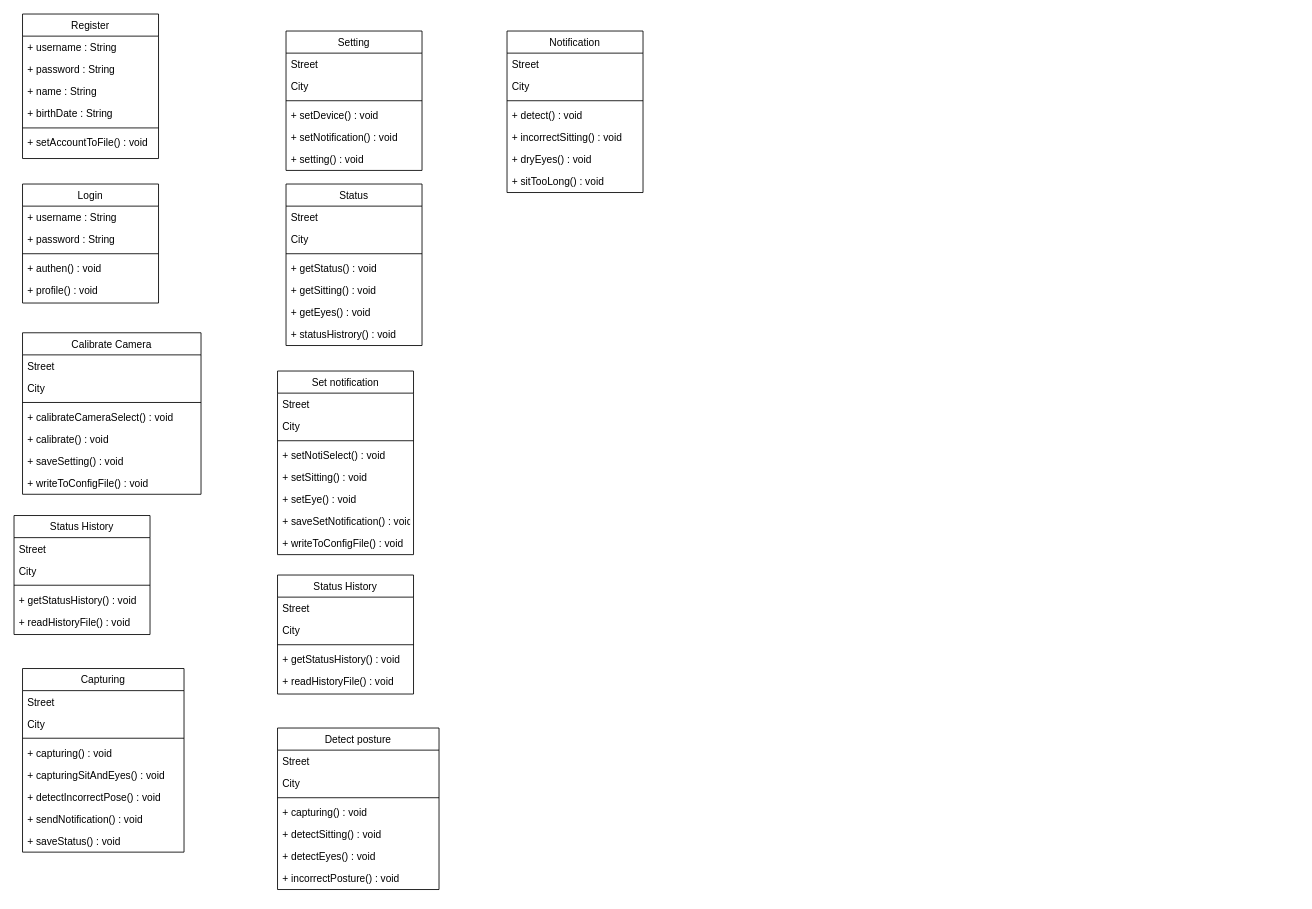
Above: Design/Class_Diagram.drawio in astrrr/Right-posture (draw.io), before the change. Source tidied: cells renumbered, new cells numbered last; positions are measured from the earlier drawing's top-left corner, leaving out a move shared by most shapes. Both pictures are drawn from the tidied source at 85%, with x=0, y=0 at pixel (14, 14).
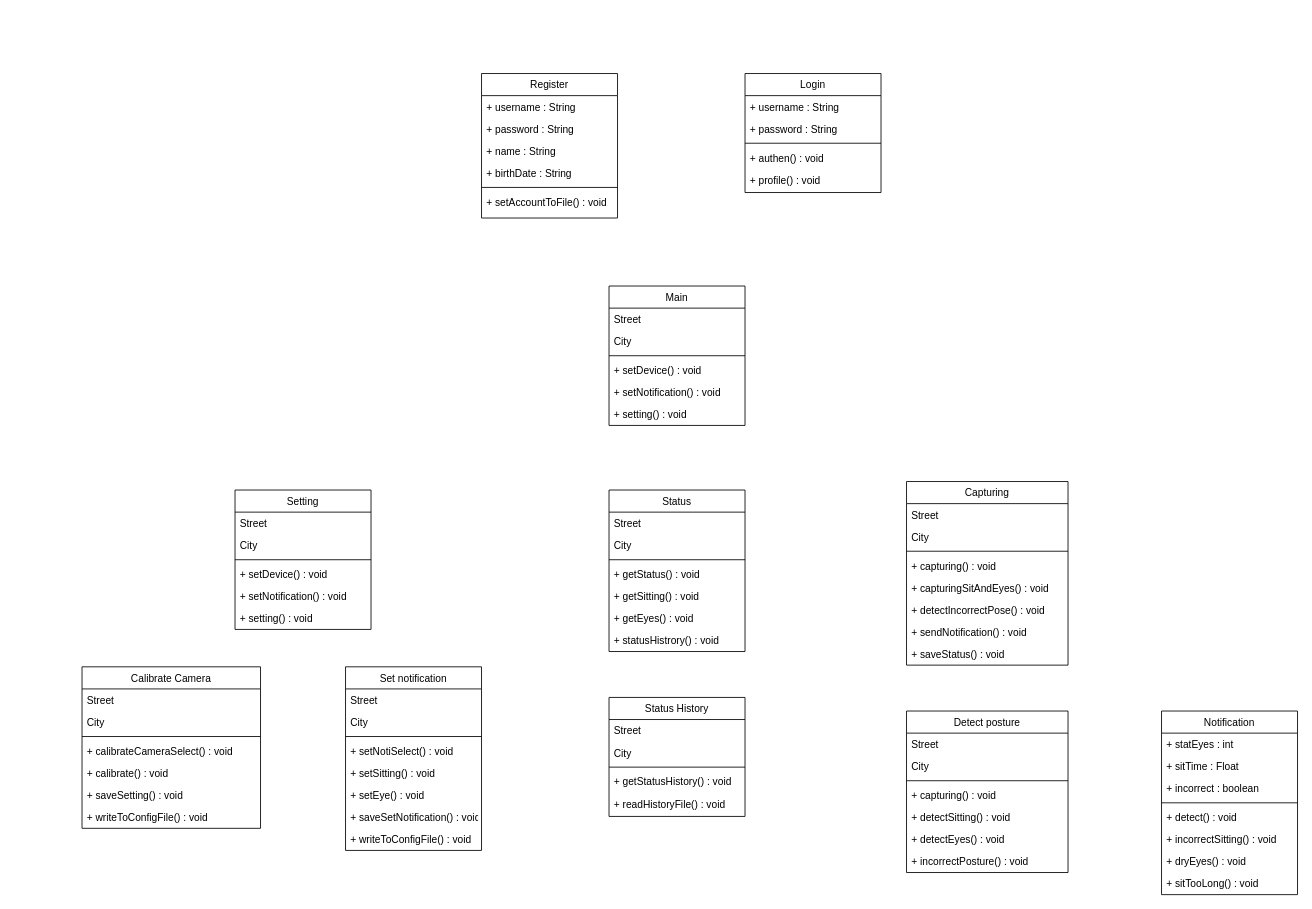
After the change.

Diff of the diagram source:
```diff
@@
     <mxCell id="2" value="Register" style="swimlane;fontStyle=0;align=center;verticalAlign=top;horizontal=1;startSize=26;rounded=0;shadow=0;strokeWidth=1;" parent="1" vertex="1">
-      <mxGeometry x="10" width="160" height="170" as="geometry" />
+      <mxGeometry x="550" y="70" width="160" height="170" as="geometry" />
     </mxCell>
@@
     <mxCell id="9" value="Login" style="swimlane;fontStyle=0;align=center;verticalAlign=top;horizontal=1;startSize=26;rounded=0;shadow=0;strokeWidth=1;" parent="1" vertex="1">
-      <mxGeometry x="10" y="200" width="160" height="140" as="geometry" />
+      <mxGeometry x="860" y="70" width="160" height="140" as="geometry" />
     </mxCell>
@@
     <mxCell id="15" value="Setting" style="swimlane;fontStyle=0;align=center;verticalAlign=top;horizontal=1;startSize=26;rounded=0;shadow=0;strokeWidth=1;" parent="1" vertex="1">
-      <mxGeometry x="320" y="20" width="160" height="164" as="geometry" />
+      <mxGeometry x="260" y="560" width="160" height="164" as="geometry" />
     </mxCell>
@@
     <mxCell id="22" value="Status" style="swimlane;fontStyle=0;align=center;verticalAlign=top;horizontal=1;startSize=26;rounded=0;shadow=0;strokeWidth=1;" parent="1" vertex="1">
-      <mxGeometry x="320" y="200" width="160" height="190" as="geometry" />
+      <mxGeometry x="700" y="560" width="160" height="190" as="geometry" />
     </mxCell>
@@
     <mxCell id="30" value="Calibrate Camera" style="swimlane;fontStyle=0;align=center;verticalAlign=top;horizontal=1;startSize=26;rounded=0;shadow=0;strokeWidth=1;" parent="1" vertex="1">
-      <mxGeometry x="10" y="375" width="210" height="190" as="geometry" />
+      <mxGeometry x="80" y="768" width="210" height="190" as="geometry" />
     </mxCell>
@@
     <mxCell id="38" value="Set notification" style="swimlane;fontStyle=0;align=center;verticalAlign=top;horizontal=1;startSize=26;rounded=0;shadow=0;strokeWidth=1;" parent="1" vertex="1">
-      <mxGeometry x="310" y="420" width="160" height="216" as="geometry" />
+      <mxGeometry x="390" y="768" width="160" height="216" as="geometry" />
     </mxCell>
@@
     <mxCell id="47" value="Status History" style="swimlane;fontStyle=0;align=center;verticalAlign=top;horizontal=1;startSize=26;rounded=0;shadow=0;strokeWidth=1;" parent="1" vertex="1">
-      <mxGeometry y="590" width="160" height="140" as="geometry" />
+      <mxGeometry x="700" y="804" width="160" height="140" as="geometry" />
     </mxCell>
@@
-    <mxCell id="53" value="Status History" style="swimlane;fontStyle=0;align=center;verticalAlign=top;horizontal=1;startSize=26;rounded=0;shadow=0;strokeWidth=1;" parent="1" vertex="1">
-      <mxGeometry x="310" y="660" width="160" height="140" as="geometry" />
-    </mxCell>
-    <mxCell id="54" value="Street" style="text;align=left;verticalAlign=top;spacingLeft=4;spacingRight=4;overflow=hidden;" parent="53" vertex="1">
-      <mxGeometry y="26" width="160" height="26" as="geometry" />
-    </mxCell>
-    <mxCell id="55" value="City" style="text;align=left;verticalAlign=top;spacingLeft=4;spacingRight=4;overflow=hidden;rounded=0;shadow=0;html=0;" parent="53" vertex="1">
-      <mxGeometry y="52" width="160" height="26" as="geometry" />
-    </mxCell>
-    <mxCell id="56" style="line;html=1;strokeWidth=1;align=left;verticalAlign=middle;spacingTop=-1;spacingLeft=3;spacingRight=3;labelPosition=right;" parent="53" vertex="1">
-      <mxGeometry y="78" width="160" height="8" as="geometry" />
-    </mxCell>
-    <mxCell id="57" value="+ getStatusHistory() : void" style="text;align=left;verticalAlign=top;spacingLeft=4;spacingRight=4;overflow=hidden;" parent="53" vertex="1">
-      <mxGeometry y="86" width="160" height="26" as="geometry" />
-    </mxCell>
-    <mxCell id="58" value="+ readHistoryFile() : void" style="text;align=left;verticalAlign=top;spacingLeft=4;spacingRight=4;overflow=hidden;" parent="53" vertex="1">
-      <mxGeometry y="112" width="160" height="26" as="geometry" />
-    </mxCell>
     <mxCell id="59" value="Capturing" style="swimlane;fontStyle=0;align=center;verticalAlign=top;horizontal=1;startSize=26;rounded=0;shadow=0;strokeWidth=1;" parent="1" vertex="1">
-      <mxGeometry x="10" y="770" width="190" height="216" as="geometry" />
+      <mxGeometry x="1050" y="550" width="190" height="216" as="geometry" />
     </mxCell>
@@
     <mxCell id="68" value="Detect posture" style="swimlane;fontStyle=0;align=center;verticalAlign=top;horizontal=1;startSize=26;rounded=0;shadow=0;strokeWidth=1;" parent="1" vertex="1">
-      <mxGeometry x="310" y="840" width="190" height="190" as="geometry" />
+      <mxGeometry x="1050" y="820" width="190" height="190" as="geometry" />
     </mxCell>
@@
     <mxCell id="76" value="Notification" style="swimlane;fontStyle=0;align=center;verticalAlign=top;horizontal=1;startSize=26;rounded=0;shadow=0;strokeWidth=1;" parent="1" vertex="1">
-      <mxGeometry x="580" y="20" width="160" height="190" as="geometry" />
+      <mxGeometry x="1350" y="820" width="160" height="216" as="geometry" />
     </mxCell>
-    <mxCell id="77" value="Street" style="text;align=left;verticalAlign=top;spacingLeft=4;spacingRight=4;overflow=hidden;" parent="76" vertex="1">
+    <mxCell id="77" value="+ statEyes : int" style="text;align=left;verticalAlign=top;spacingLeft=4;spacingRight=4;overflow=hidden;" parent="76" vertex="1">
       <mxGeometry y="26" width="160" height="26" as="geometry" />
     </mxCell>
-    <mxCell id="78" value="City" style="text;align=left;verticalAlign=top;spacingLeft=4;spacingRight=4;overflow=hidden;rounded=0;shadow=0;html=0;" parent="76" vertex="1">
+    <mxCell id="78" value="+ sitTime : Float" style="text;align=left;verticalAlign=top;spacingLeft=4;spacingRight=4;overflow=hidden;rounded=0;shadow=0;html=0;" parent="76" vertex="1">
       <mxGeometry y="52" width="160" height="26" as="geometry" />
     </mxCell>
+    <mxCell id="84" value="+ incorrect : boolean" style="text;align=left;verticalAlign=top;spacingLeft=4;spacingRight=4;overflow=hidden;rounded=0;shadow=0;html=0;" parent="76" vertex="1">
+      <mxGeometry y="78" width="160" height="26" as="geometry" />
+    </mxCell>
     <mxCell id="79" style="line;html=1;strokeWidth=1;align=left;verticalAlign=middle;spacingTop=-1;spacingLeft=3;spacingRight=3;labelPosition=right;" parent="76" vertex="1">
-      <mxGeometry y="78" width="160" height="8" as="geometry" />
+      <mxGeometry y="104" width="160" height="8" as="geometry" />
     </mxCell>
     <mxCell id="80" value="+ detect() : void" style="text;align=left;verticalAlign=top;spacingLeft=4;spacingRight=4;overflow=hidden;" parent="76" vertex="1">
-      <mxGeometry y="86" width="160" height="26" as="geometry" />
+      <mxGeometry y="112" width="160" height="26" as="geometry" />
     </mxCell>
     <mxCell id="81" value="+ incorrectSitting() : void" style="text;align=left;verticalAlign=top;spacingLeft=4;spacingRight=4;overflow=hidden;" parent="76" vertex="1">
-      <mxGeometry y="112" width="160" height="26" as="geometry" />
+      <mxGeometry y="138" width="160" height="26" as="geometry" />
     </mxCell>
     <mxCell id="82" value="+ dryEyes() : void" style="text;align=left;verticalAlign=top;spacingLeft=4;spacingRight=4;overflow=hidden;" parent="76" vertex="1">
-      <mxGeometry y="138" width="160" height="26" as="geometry" />
+      <mxGeometry y="164" width="160" height="26" as="geometry" />
     </mxCell>
     <mxCell id="83" value="+ sitTooLong() : void" style="text;align=left;verticalAlign=top;spacingLeft=4;spacingRight=4;overflow=hidden;" parent="76" vertex="1">
-      <mxGeometry y="164" width="160" height="26" as="geometry" />
+      <mxGeometry y="190" width="160" height="26" as="geometry" />
     </mxCell>
+    <mxCell id="85" value="Main" style="swimlane;fontStyle=0;align=center;verticalAlign=top;horizontal=1;startSize=26;rounded=0;shadow=0;strokeWidth=1;" parent="1" vertex="1">
+      <mxGeometry x="700" y="320" width="160" height="164" as="geometry" />
+    </mxCell>
+    <mxCell id="54" value="Street" style="text;align=left;verticalAlign=top;spacingLeft=4;spacingRight=4;overflow=hidden;" parent="85" vertex="1">
+      <mxGeometry y="26" width="160" height="26" as="geometry" />
+    </mxCell>
+    <mxCell id="55" value="City" style="text;align=left;verticalAlign=top;spacingLeft=4;spacingRight=4;overflow=hidden;rounded=0;shadow=0;html=0;" parent="85" vertex="1">
+      <mxGeometry y="52" width="160" height="26" as="geometry" />
+    </mxCell>
+    <mxCell id="56" style="line;html=1;strokeWidth=1;align=left;verticalAlign=middle;spacingTop=-1;spacingLeft=3;spacingRight=3;labelPosition=right;" parent="85" vertex="1">
+      <mxGeometry y="78" width="160" height="8" as="geometry" />
+    </mxCell>
+    <mxCell id="86" value="+ setDevice() : void" style="text;align=left;verticalAlign=top;spacingLeft=4;spacingRight=4;overflow=hidden;" parent="85" vertex="1">
+      <mxGeometry y="86" width="160" height="26" as="geometry" />
+    </mxCell>
+    <mxCell id="87" value="+ setNotification() : void" style="text;align=left;verticalAlign=top;spacingLeft=4;spacingRight=4;overflow=hidden;" parent="85" vertex="1">
+      <mxGeometry y="112" width="160" height="26" as="geometry" />
+    </mxCell>
+    <mxCell id="88" value="+ setting() : void" style="text;align=left;verticalAlign=top;spacingLeft=4;spacingRight=4;overflow=hidden;" parent="85" vertex="1">
+      <mxGeometry y="138" width="160" height="26" as="geometry" />
+    </mxCell>
```
